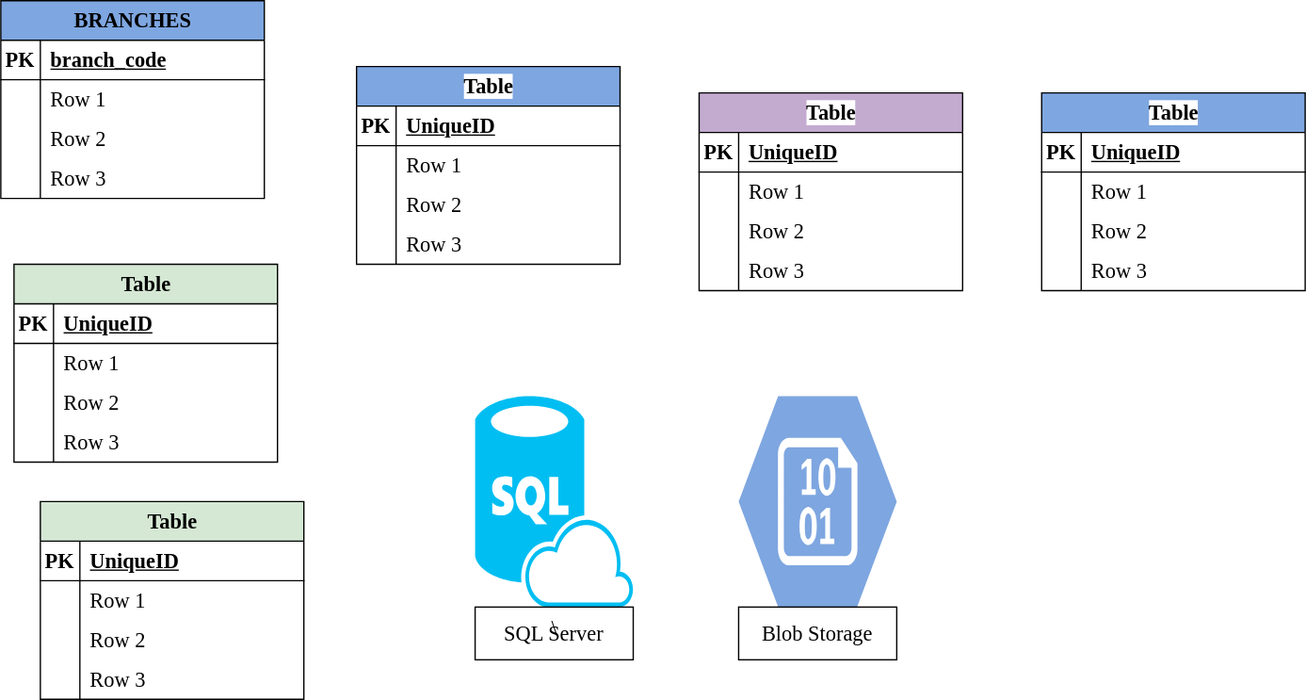
Before: docs/Source tables relation.drawio.svg, a diagram exported from draw.io (Josiahgare/End-to-End-Banking-Project-in-Databricks). Source tidied: cells renumbered, new cells last; positions are measured from the earlier drawing's top-left corner, leaving out a move shared by most shapes.
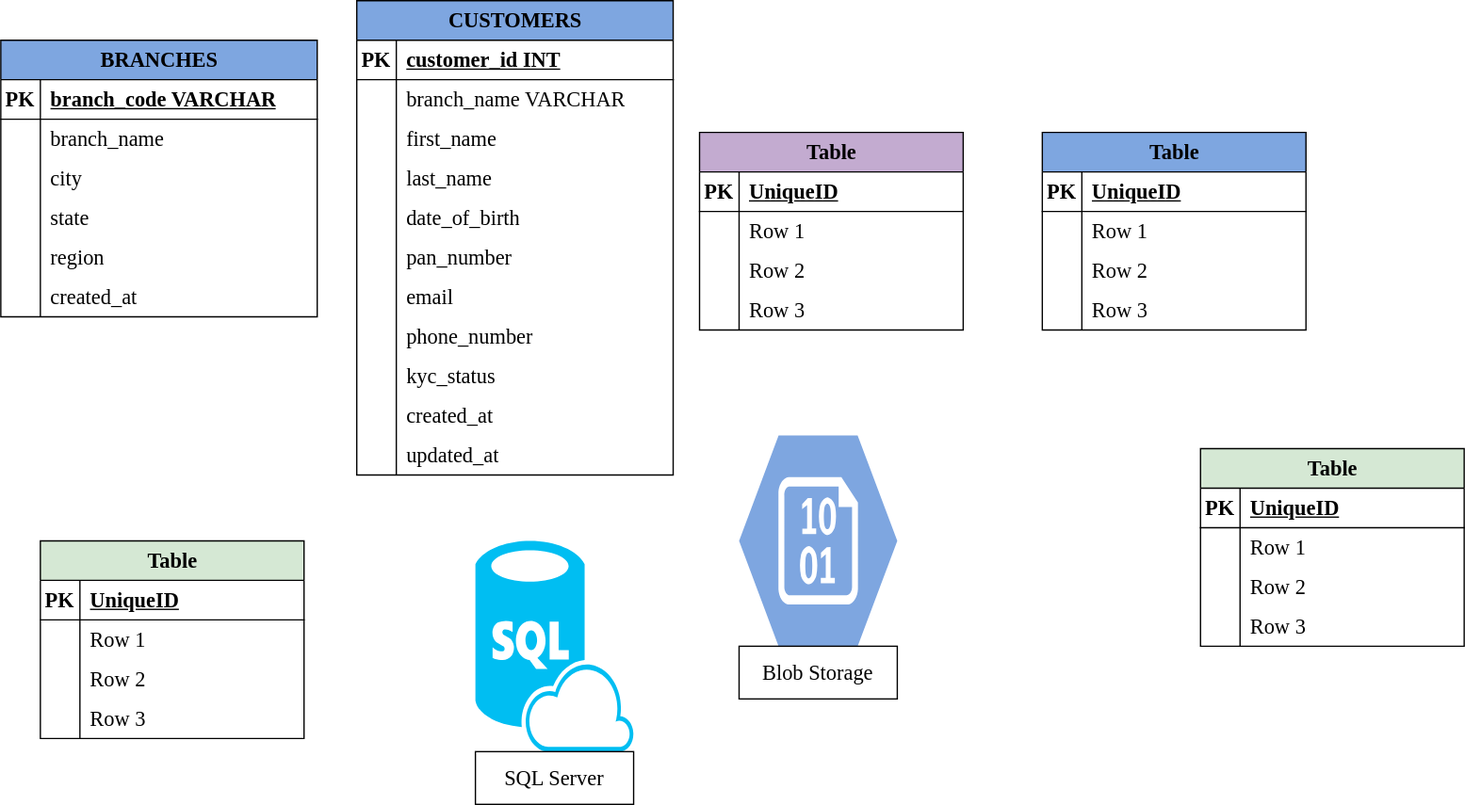
The same file after the commit.

What changed in the source:
```diff
@@ -4,4 +4,4 @@
     <mxCell id="1" parent="0" />
-    <mxCell id="2" value="\" style="verticalLabelPosition=bottom;html=1;verticalAlign=top;align=center;strokeColor=none;fillColor=#00BEF2;shape=mxgraph.azure.sql_database_sql_azure;fontFamily=Comic Sans MS;fontSize=16;" parent="1" vertex="1">
-      <mxGeometry x="360" y="300" width="120" height="160" as="geometry" />
+    <mxCell id="2" style="verticalLabelPosition=bottom;html=1;verticalAlign=top;align=center;strokeColor=none;fillColor=#00BEF2;shape=mxgraph.azure.sql_database_sql_azure;fontFamily=Comic Sans MS;fontSize=16;" parent="1" vertex="1">
+      <mxGeometry x="360" y="380" width="120" height="160" as="geometry" />
     </mxCell>
@@ -11,3 +11,3 @@
     <mxCell id="4" value="SQL Server" style="rounded=0;whiteSpace=wrap;html=1;fontFamily=Comic Sans MS;fontSize=16;fillColor=none;" parent="1" vertex="1">
-      <mxGeometry x="360" y="460" width="120" height="40" as="geometry" />
+      <mxGeometry x="360" y="540" width="120" height="40" as="geometry" />
     </mxCell>
@@ -17,6 +17,6 @@
     <mxCell id="6" value="BRANCHES" style="shape=table;startSize=30;rowLines=0;fontStyle=1;align=center;html=1;fillColor=#7EA6E0;fontFamily=Comic Sans MS;fontSize=16;" parent="1" vertex="1">
-      <mxGeometry width="200" height="150" as="geometry" />
+      <mxGeometry width="240" height="210" as="geometry" />
     </mxCell>
     <mxCell id="7" style="shape=tableRow;horizontal=0;startSize=0;swimlaneHead=0;swimlaneBody=0;fillColor=none;top=0;left=0;right=0;bottom=1;fontFamily=Comic Sans MS;fontSize=16;" parent="6" vertex="1">
-      <mxGeometry y="30" width="200" height="30" as="geometry" />
+      <mxGeometry y="30" width="240" height="30" as="geometry" />
     </mxCell>
@@ -25,7 +25,7 @@
     </mxCell>
-    <mxCell id="9" value="branch_code" style="shape=partialRectangle;fillColor=none;top=0;left=0;bottom=0;right=0;align=left;spacingLeft=6;fontStyle=5;overflow=hidden;whiteSpace=wrap;html=1;fontFamily=Comic Sans MS;fontSize=16;" parent="7" vertex="1">
-      <mxGeometry x="30" width="170" height="30" as="geometry" />
+    <mxCell id="9" value="branch_code VARCHAR" style="shape=partialRectangle;fillColor=none;top=0;left=0;bottom=0;right=0;align=left;spacingLeft=6;fontStyle=5;overflow=hidden;whiteSpace=wrap;html=1;fontFamily=Comic Sans MS;fontSize=16;" parent="7" vertex="1">
+      <mxGeometry x="30" width="210" height="30" as="geometry" />
     </mxCell>
     <mxCell id="10" style="shape=tableRow;horizontal=0;startSize=0;swimlaneHead=0;swimlaneBody=0;fillColor=none;top=0;left=0;right=0;bottom=0;fontFamily=Comic Sans MS;fontSize=16;" parent="6" vertex="1">
-      <mxGeometry y="60" width="200" height="30" as="geometry" />
+      <mxGeometry y="60" width="240" height="30" as="geometry" />
     </mxCell>
@@ -34,7 +34,7 @@
     </mxCell>
-    <mxCell id="12" value="Row 1" style="shape=partialRectangle;fillColor=none;top=0;left=0;bottom=0;right=0;align=left;spacingLeft=6;overflow=hidden;whiteSpace=wrap;html=1;fontFamily=Comic Sans MS;fontSize=16;" parent="10" vertex="1">
-      <mxGeometry x="30" width="170" height="30" as="geometry" />
+    <mxCell id="12" value="branch_name" style="shape=partialRectangle;fillColor=none;top=0;left=0;bottom=0;right=0;align=left;spacingLeft=6;overflow=hidden;whiteSpace=wrap;html=1;fontFamily=Comic Sans MS;fontSize=16;" parent="10" vertex="1">
+      <mxGeometry x="30" width="210" height="30" as="geometry" />
     </mxCell>
     <mxCell id="13" style="shape=tableRow;horizontal=0;startSize=0;swimlaneHead=0;swimlaneBody=0;fillColor=none;top=0;left=0;right=0;bottom=0;fontFamily=Comic Sans MS;fontSize=16;" parent="6" vertex="1">
-      <mxGeometry y="90" width="200" height="30" as="geometry" />
+      <mxGeometry y="90" width="240" height="30" as="geometry" />
     </mxCell>
@@ -43,7 +43,7 @@
     </mxCell>
-    <mxCell id="15" value="Row 2" style="shape=partialRectangle;fillColor=none;top=0;left=0;bottom=0;right=0;align=left;spacingLeft=6;overflow=hidden;whiteSpace=wrap;html=1;fontFamily=Comic Sans MS;fontSize=16;" parent="13" vertex="1">
-      <mxGeometry x="30" width="170" height="30" as="geometry" />
+    <mxCell id="15" value="city" style="shape=partialRectangle;fillColor=none;top=0;left=0;bottom=0;right=0;align=left;spacingLeft=6;overflow=hidden;whiteSpace=wrap;html=1;fontFamily=Comic Sans MS;fontSize=16;" parent="13" vertex="1">
+      <mxGeometry x="30" width="210" height="30" as="geometry" />
     </mxCell>
     <mxCell id="16" style="shape=tableRow;horizontal=0;startSize=0;swimlaneHead=0;swimlaneBody=0;fillColor=none;top=0;left=0;right=0;bottom=0;fontFamily=Comic Sans MS;fontSize=16;" parent="6" vertex="1">
-      <mxGeometry y="120" width="200" height="30" as="geometry" />
+      <mxGeometry y="120" width="240" height="30" as="geometry" />
     </mxCell>
@@ -52,10 +52,28 @@
     </mxCell>
-    <mxCell id="18" value="Row 3" style="shape=partialRectangle;fillColor=none;top=0;left=0;bottom=0;right=0;align=left;spacingLeft=6;overflow=hidden;whiteSpace=wrap;html=1;fontFamily=Comic Sans MS;fontSize=16;" parent="16" vertex="1">
-      <mxGeometry x="30" width="170" height="30" as="geometry" />
+    <mxCell id="18" value="state" style="shape=partialRectangle;fillColor=none;top=0;left=0;bottom=0;right=0;align=left;spacingLeft=6;overflow=hidden;whiteSpace=wrap;html=1;fontFamily=Comic Sans MS;fontSize=16;" parent="16" vertex="1">
+      <mxGeometry x="30" width="210" height="30" as="geometry" />
     </mxCell>
+    <mxCell id="84" style="shape=tableRow;horizontal=0;startSize=0;swimlaneHead=0;swimlaneBody=0;fillColor=none;top=0;left=0;right=0;bottom=0;fontFamily=Comic Sans MS;fontSize=16;" parent="6" vertex="1">
+      <mxGeometry y="150" width="240" height="30" as="geometry" />
+    </mxCell>
+    <mxCell id="85" style="shape=partialRectangle;fillColor=none;top=0;left=0;bottom=0;right=0;overflow=hidden;whiteSpace=wrap;html=1;fontFamily=Comic Sans MS;fontSize=16;" parent="84" vertex="1">
+      <mxGeometry width="30" height="30" as="geometry" />
+    </mxCell>
+    <mxCell id="86" value="region" style="shape=partialRectangle;fillColor=none;top=0;left=0;bottom=0;right=0;align=left;spacingLeft=6;overflow=hidden;whiteSpace=wrap;html=1;fontFamily=Comic Sans MS;fontSize=16;" parent="84" vertex="1">
+      <mxGeometry x="30" width="210" height="30" as="geometry" />
+    </mxCell>
+    <mxCell id="87" style="shape=tableRow;horizontal=0;startSize=0;swimlaneHead=0;swimlaneBody=0;fillColor=none;top=0;left=0;right=0;bottom=0;fontFamily=Comic Sans MS;fontSize=16;" parent="6" vertex="1">
+      <mxGeometry y="180" width="240" height="30" as="geometry" />
+    </mxCell>
+    <mxCell id="88" style="shape=partialRectangle;fillColor=none;top=0;left=0;bottom=0;right=0;overflow=hidden;whiteSpace=wrap;html=1;fontFamily=Comic Sans MS;fontSize=16;" parent="87" vertex="1">
+      <mxGeometry width="30" height="30" as="geometry" />
+    </mxCell>
+    <mxCell id="89" value="created_at" style="shape=partialRectangle;fillColor=none;top=0;left=0;bottom=0;right=0;align=left;spacingLeft=6;overflow=hidden;whiteSpace=wrap;html=1;fontFamily=Comic Sans MS;fontSize=16;" parent="87" vertex="1">
+      <mxGeometry x="30" width="210" height="30" as="geometry" />
+    </mxCell>
-    <mxCell id="19" value="Table" style="shape=table;startSize=30;rowLines=0;fontStyle=1;align=center;html=1;labelBackgroundColor=#FFFFFF;fillColor=#7EA6E0;fontFamily=Comic Sans MS;fontSize=16;" parent="1" vertex="1">
-      <mxGeometry x="270" y="50" width="200" height="150" as="geometry" />
+    <mxCell id="19" value="&lt;span&gt;CUSTOMERS&lt;/span&gt;" style="shape=table;startSize=30;rowLines=0;fontStyle=1;align=center;html=1;labelBackgroundColor=none;fillColor=#7EA6E0;fontFamily=Comic Sans MS;fontSize=16;" parent="1" vertex="1">
+      <mxGeometry x="270" y="-30" width="240" height="360" as="geometry" />
     </mxCell>
     <mxCell id="20" style="shape=tableRow;horizontal=0;startSize=0;swimlaneHead=0;swimlaneBody=0;fillColor=none;top=0;left=0;right=0;bottom=1;fontFamily=Comic Sans MS;fontSize=16;" parent="19" vertex="1">
-      <mxGeometry y="30" width="200" height="30" as="geometry" />
+      <mxGeometry y="30" width="240" height="30" as="geometry" />
     </mxCell>
@@ -64,7 +82,7 @@
     </mxCell>
-    <mxCell id="22" value="UniqueID" style="shape=partialRectangle;fillColor=none;top=0;left=0;bottom=0;right=0;align=left;spacingLeft=6;fontStyle=5;overflow=hidden;whiteSpace=wrap;html=1;fontFamily=Comic Sans MS;fontSize=16;" parent="20" vertex="1">
-      <mxGeometry x="30" width="170" height="30" as="geometry" />
+    <mxCell id="22" value="customer_id INT" style="shape=partialRectangle;fillColor=none;top=0;left=0;bottom=0;right=0;align=left;spacingLeft=6;fontStyle=5;overflow=hidden;whiteSpace=wrap;html=1;fontFamily=Comic Sans MS;fontSize=16;" parent="20" vertex="1">
+      <mxGeometry x="30" width="210" height="30" as="geometry" />
     </mxCell>
     <mxCell id="23" style="shape=tableRow;horizontal=0;startSize=0;swimlaneHead=0;swimlaneBody=0;fillColor=none;top=0;left=0;right=0;bottom=0;fontFamily=Comic Sans MS;fontSize=16;" parent="19" vertex="1">
-      <mxGeometry y="60" width="200" height="30" as="geometry" />
+      <mxGeometry y="60" width="240" height="30" as="geometry" />
     </mxCell>
@@ -73,7 +91,7 @@
     </mxCell>
-    <mxCell id="25" value="Row 1" style="shape=partialRectangle;fillColor=none;top=0;left=0;bottom=0;right=0;align=left;spacingLeft=6;overflow=hidden;whiteSpace=wrap;html=1;fontFamily=Comic Sans MS;fontSize=16;" parent="23" vertex="1">
-      <mxGeometry x="30" width="170" height="30" as="geometry" />
+    <mxCell id="25" value="branch_name VARCHAR" style="shape=partialRectangle;fillColor=none;top=0;left=0;bottom=0;right=0;align=left;spacingLeft=6;overflow=hidden;whiteSpace=wrap;html=1;fontFamily=Comic Sans MS;fontSize=16;" parent="23" vertex="1">
+      <mxGeometry x="30" width="210" height="30" as="geometry" />
     </mxCell>
     <mxCell id="26" style="shape=tableRow;horizontal=0;startSize=0;swimlaneHead=0;swimlaneBody=0;fillColor=none;top=0;left=0;right=0;bottom=0;fontFamily=Comic Sans MS;fontSize=16;" parent="19" vertex="1">
-      <mxGeometry y="90" width="200" height="30" as="geometry" />
+      <mxGeometry y="90" width="240" height="30" as="geometry" />
     </mxCell>
@@ -82,7 +100,7 @@
     </mxCell>
-    <mxCell id="28" value="Row 2" style="shape=partialRectangle;fillColor=none;top=0;left=0;bottom=0;right=0;align=left;spacingLeft=6;overflow=hidden;whiteSpace=wrap;html=1;fontFamily=Comic Sans MS;fontSize=16;" parent="26" vertex="1">
-      <mxGeometry x="30" width="170" height="30" as="geometry" />
+    <mxCell id="28" value="first_name" style="shape=partialRectangle;fillColor=none;top=0;left=0;bottom=0;right=0;align=left;spacingLeft=6;overflow=hidden;whiteSpace=wrap;html=1;fontFamily=Comic Sans MS;fontSize=16;" parent="26" vertex="1">
+      <mxGeometry x="30" width="210" height="30" as="geometry" />
     </mxCell>
     <mxCell id="29" style="shape=tableRow;horizontal=0;startSize=0;swimlaneHead=0;swimlaneBody=0;fillColor=none;top=0;left=0;right=0;bottom=0;fontFamily=Comic Sans MS;fontSize=16;" parent="19" vertex="1">
-      <mxGeometry y="120" width="200" height="30" as="geometry" />
+      <mxGeometry y="120" width="240" height="30" as="geometry" />
     </mxCell>
@@ -91,7 +109,70 @@
     </mxCell>
-    <mxCell id="31" value="Row 3" style="shape=partialRectangle;fillColor=none;top=0;left=0;bottom=0;right=0;align=left;spacingLeft=6;overflow=hidden;whiteSpace=wrap;html=1;fontFamily=Comic Sans MS;fontSize=16;" parent="29" vertex="1">
-      <mxGeometry x="30" width="170" height="30" as="geometry" />
+    <mxCell id="31" value="last_name" style="shape=partialRectangle;fillColor=none;top=0;left=0;bottom=0;right=0;align=left;spacingLeft=6;overflow=hidden;whiteSpace=wrap;html=1;fontFamily=Comic Sans MS;fontSize=16;" parent="29" vertex="1">
+      <mxGeometry x="30" width="210" height="30" as="geometry" />
     </mxCell>
+    <mxCell id="90" style="shape=tableRow;horizontal=0;startSize=0;swimlaneHead=0;swimlaneBody=0;fillColor=none;top=0;left=0;right=0;bottom=0;fontFamily=Comic Sans MS;fontSize=16;" parent="19" vertex="1">
+      <mxGeometry y="150" width="240" height="30" as="geometry" />
+    </mxCell>
+    <mxCell id="91" style="shape=partialRectangle;fillColor=none;top=0;left=0;bottom=0;right=0;overflow=hidden;whiteSpace=wrap;html=1;fontFamily=Comic Sans MS;fontSize=16;" parent="90" vertex="1">
+      <mxGeometry width="30" height="30" as="geometry" />
+    </mxCell>
+    <mxCell id="92" value="date_of_birth" style="shape=partialRectangle;fillColor=none;top=0;left=0;bottom=0;right=0;align=left;spacingLeft=6;overflow=hidden;whiteSpace=wrap;html=1;fontFamily=Comic Sans MS;fontSize=16;" parent="90" vertex="1">
+      <mxGeometry x="30" width="210" height="30" as="geometry" />
+    </mxCell>
+    <mxCell id="93" style="shape=tableRow;horizontal=0;startSize=0;swimlaneHead=0;swimlaneBody=0;fillColor=none;top=0;left=0;right=0;bottom=0;fontFamily=Comic Sans MS;fontSize=16;" parent="19" vertex="1">
+      <mxGeometry y="180" width="240" height="30" as="geometry" />
+    </mxCell>
+    <mxCell id="94" style="shape=partialRectangle;fillColor=none;top=0;left=0;bottom=0;right=0;overflow=hidden;whiteSpace=wrap;html=1;fontFamily=Comic Sans MS;fontSize=16;" parent="93" vertex="1">
+      <mxGeometry width="30" height="30" as="geometry" />
+    </mxCell>
+    <mxCell id="95" value="pan_number" style="shape=partialRectangle;fillColor=none;top=0;left=0;bottom=0;right=0;align=left;spacingLeft=6;overflow=hidden;whiteSpace=wrap;html=1;fontFamily=Comic Sans MS;fontSize=16;" parent="93" vertex="1">
+      <mxGeometry x="30" width="210" height="30" as="geometry" />
+    </mxCell>
+    <mxCell id="96" style="shape=tableRow;horizontal=0;startSize=0;swimlaneHead=0;swimlaneBody=0;fillColor=none;top=0;left=0;right=0;bottom=0;fontFamily=Comic Sans MS;fontSize=16;" parent="19" vertex="1">
+      <mxGeometry y="210" width="240" height="30" as="geometry" />
+    </mxCell>
+    <mxCell id="97" style="shape=partialRectangle;fillColor=none;top=0;left=0;bottom=0;right=0;overflow=hidden;whiteSpace=wrap;html=1;fontFamily=Comic Sans MS;fontSize=16;" parent="96" vertex="1">
+      <mxGeometry width="30" height="30" as="geometry" />
+    </mxCell>
+    <mxCell id="98" value="email" style="shape=partialRectangle;fillColor=none;top=0;left=0;bottom=0;right=0;align=left;spacingLeft=6;overflow=hidden;whiteSpace=wrap;html=1;fontFamily=Comic Sans MS;fontSize=16;" parent="96" vertex="1">
+      <mxGeometry x="30" width="210" height="30" as="geometry" />
+    </mxCell>
+    <mxCell id="99" style="shape=tableRow;horizontal=0;startSize=0;swimlaneHead=0;swimlaneBody=0;fillColor=none;top=0;left=0;right=0;bottom=0;fontFamily=Comic Sans MS;fontSize=16;" parent="19" vertex="1">
+      <mxGeometry y="240" width="240" height="30" as="geometry" />
+    </mxCell>
+    <mxCell id="100" style="shape=partialRectangle;fillColor=none;top=0;left=0;bottom=0;right=0;overflow=hidden;whiteSpace=wrap;html=1;fontFamily=Comic Sans MS;fontSize=16;" parent="99" vertex="1">
+      <mxGeometry width="30" height="30" as="geometry" />
+    </mxCell>
+    <mxCell id="101" value="phone_number" style="shape=partialRectangle;fillColor=none;top=0;left=0;bottom=0;right=0;align=left;spacingLeft=6;overflow=hidden;whiteSpace=wrap;html=1;fontFamily=Comic Sans MS;fontSize=16;" parent="99" vertex="1">
+      <mxGeometry x="30" width="210" height="30" as="geometry" />
+    </mxCell>
+    <mxCell id="102" style="shape=tableRow;horizontal=0;startSize=0;swimlaneHead=0;swimlaneBody=0;fillColor=none;top=0;left=0;right=0;bottom=0;fontFamily=Comic Sans MS;fontSize=16;" parent="19" vertex="1">
+      <mxGeometry y="270" width="240" height="30" as="geometry" />
+    </mxCell>
+    <mxCell id="103" style="shape=partialRectangle;fillColor=none;top=0;left=0;bottom=0;right=0;overflow=hidden;whiteSpace=wrap;html=1;fontFamily=Comic Sans MS;fontSize=16;" parent="102" vertex="1">
+      <mxGeometry width="30" height="30" as="geometry" />
+    </mxCell>
+    <mxCell id="104" value="kyc_status" style="shape=partialRectangle;fillColor=none;top=0;left=0;bottom=0;right=0;align=left;spacingLeft=6;overflow=hidden;whiteSpace=wrap;html=1;fontFamily=Comic Sans MS;fontSize=16;" parent="102" vertex="1">
+      <mxGeometry x="30" width="210" height="30" as="geometry" />
+    </mxCell>
+    <mxCell id="105" style="shape=tableRow;horizontal=0;startSize=0;swimlaneHead=0;swimlaneBody=0;fillColor=none;top=0;left=0;right=0;bottom=0;fontFamily=Comic Sans MS;fontSize=16;" parent="19" vertex="1">
+      <mxGeometry y="300" width="240" height="30" as="geometry" />
+    </mxCell>
+    <mxCell id="106" style="shape=partialRectangle;fillColor=none;top=0;left=0;bottom=0;right=0;overflow=hidden;whiteSpace=wrap;html=1;fontFamily=Comic Sans MS;fontSize=16;" parent="105" vertex="1">
+      <mxGeometry width="30" height="30" as="geometry" />
+    </mxCell>
+    <mxCell id="107" value="created_at" style="shape=partialRectangle;fillColor=none;top=0;left=0;bottom=0;right=0;align=left;spacingLeft=6;overflow=hidden;whiteSpace=wrap;html=1;fontFamily=Comic Sans MS;fontSize=16;" parent="105" vertex="1">
+      <mxGeometry x="30" width="210" height="30" as="geometry" />
+    </mxCell>
+    <mxCell id="108" style="shape=tableRow;horizontal=0;startSize=0;swimlaneHead=0;swimlaneBody=0;fillColor=none;top=0;left=0;right=0;bottom=0;fontFamily=Comic Sans MS;fontSize=16;" parent="19" vertex="1">
+      <mxGeometry y="330" width="240" height="30" as="geometry" />
+    </mxCell>
+    <mxCell id="109" style="shape=partialRectangle;fillColor=none;top=0;left=0;bottom=0;right=0;overflow=hidden;whiteSpace=wrap;html=1;fontFamily=Comic Sans MS;fontSize=16;" parent="108" vertex="1">
+      <mxGeometry width="30" height="30" as="geometry" />
+    </mxCell>
+    <mxCell id="110" value="updated_at" style="shape=partialRectangle;fillColor=none;top=0;left=0;bottom=0;right=0;align=left;spacingLeft=6;overflow=hidden;whiteSpace=wrap;html=1;fontFamily=Comic Sans MS;fontSize=16;" parent="108" vertex="1">
+      <mxGeometry x="30" width="210" height="30" as="geometry" />
+    </mxCell>
     <mxCell id="32" value="Table" style="shape=table;startSize=30;rowLines=0;fontStyle=1;align=center;html=1;fillColor=#D5E8D4;fontFamily=Comic Sans MS;fontSize=16;" parent="1" vertex="1">
-      <mxGeometry x="10" y="200" width="200" height="150" as="geometry" />
+      <mxGeometry x="910" y="310" width="200" height="150" as="geometry" />
     </mxCell>
@@ -172,3 +253,3 @@
     </mxCell>
-    <mxCell id="58" value="Table" style="shape=table;startSize=30;rowLines=0;fontStyle=1;align=center;html=1;labelBackgroundColor=#FFFFFF;fillColor=#7EA6E0;fontFamily=Comic Sans MS;fontSize=16;" parent="1" vertex="1">
+    <mxCell id="58" value="Table" style="shape=table;startSize=30;rowLines=0;fontStyle=1;align=center;html=1;labelBackgroundColor=none;fillColor=#7EA6E0;fontFamily=Comic Sans MS;fontSize=16;" parent="1" vertex="1">
       <mxGeometry x="790" y="70" width="200" height="150" as="geometry" />
@@ -211,3 +292,3 @@
     </mxCell>
-    <mxCell id="71" value="Table" style="shape=table;startSize=30;rowLines=0;fontStyle=1;align=center;html=1;labelBackgroundColor=#FFFFFF;fillColor=#C3ABD0;fontFamily=Comic Sans MS;fontSize=16;" parent="1" vertex="1">
+    <mxCell id="71" value="Table" style="shape=table;startSize=30;rowLines=0;fontStyle=1;align=center;html=1;labelBackgroundColor=none;fillColor=#C3ABD0;fontFamily=Comic Sans MS;fontSize=16;" parent="1" vertex="1">
       <mxGeometry x="530" y="70" width="200" height="150" as="geometry" />
```
